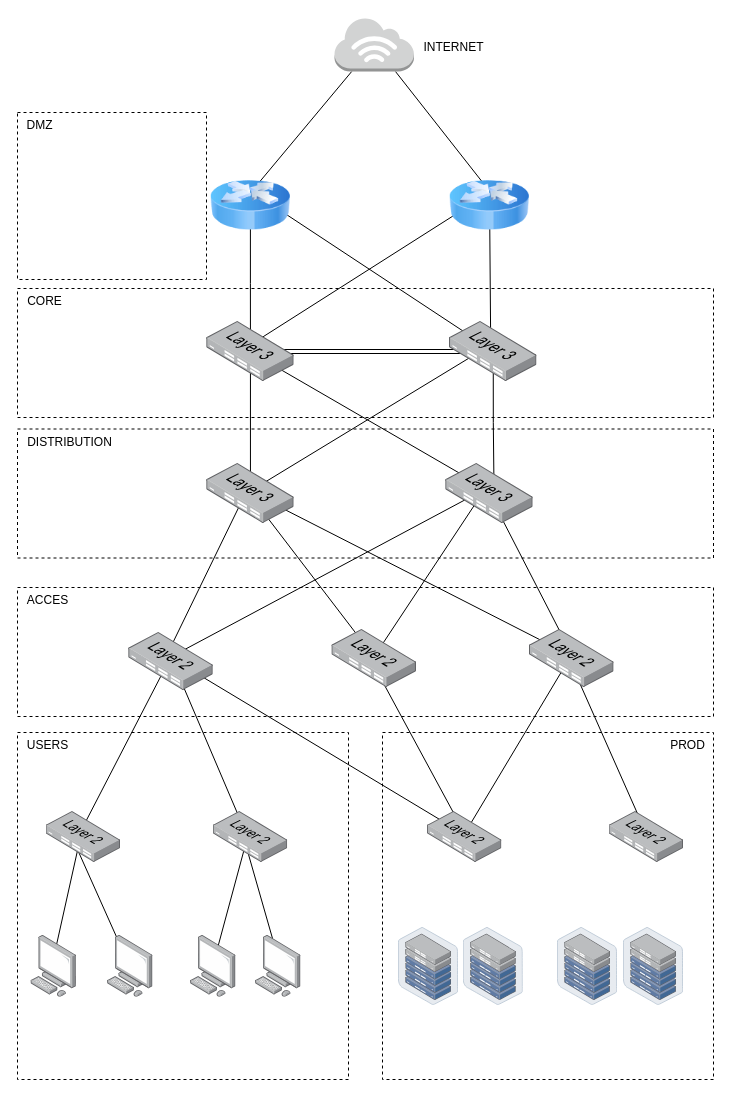
Before: Diagramme sans nom.drawio in a0six/projetb3, a draw.io diagram. Source tidied: cells renumbered, new cells numbered last; positions are measured from the earlier drawing's top-left corner, leaving out a move shared by most shapes. Both pictures are drawn from the tidied source at 100%, with x=0, y=0 at pixel (17, 17).
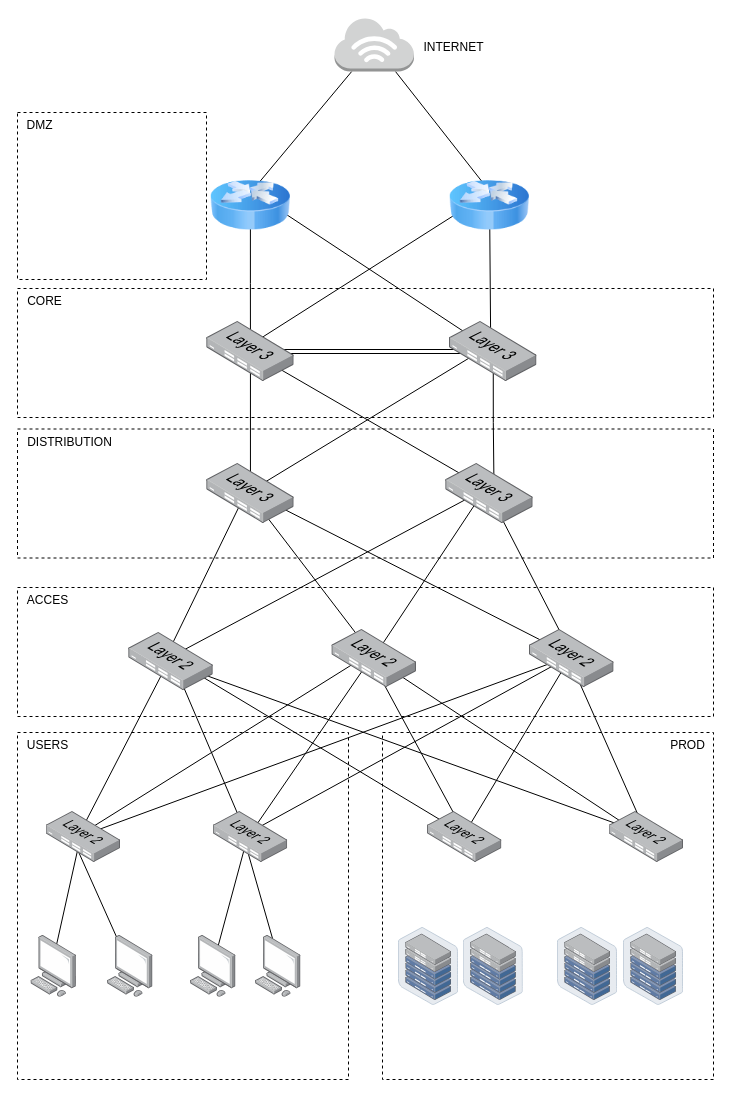
Above is the later version.

Unchanged cells that the change refers to:
```xml
<mxCell id="35" style="image;points=[];html=1;align=center;shadow=0;dashed=0;image=img/lib/allied_telesis/switch/Switch_24_port_L2.svg;" parent="1" vertex="1">
  <mxGeometry x="111.2" y="615" width="84.6" height="58" as="geometry" />
</mxCell>
<mxCell id="36" style="image;points=[];html=1;align=center;shadow=0;dashed=0;image=img/lib/allied_telesis/switch/Switch_24_port_L2.svg;" parent="1" vertex="1">
  <mxGeometry x="512" y="612" width="84.6" height="58" as="geometry" />
</mxCell>
<mxCell id="37" style="image;points=[];html=1;align=center;shadow=0;dashed=0;image=img/lib/allied_telesis/switch/Switch_24_port_L2.svg;" parent="1" vertex="1">
  <mxGeometry x="314.4" y="612" width="84.6" height="58" as="geometry" />
</mxCell>
<mxCell id="50" style="image;points=[];html=1;align=center;shadow=0;dashed=0;image=img/lib/allied_telesis/switch/Switch_24_port_L2.svg;" parent="1" vertex="1">
  <mxGeometry x="28.6" y="794" width="74.4" height="51" as="geometry" />
</mxCell>
<mxCell id="53" style="image;points=[];html=1;align=center;shadow=0;dashed=0;image=img/lib/allied_telesis/switch/Switch_24_port_L2.svg;" parent="1" vertex="1">
  <mxGeometry x="195.8" y="794" width="74.4" height="51" as="geometry" />
</mxCell>
<mxCell id="55" style="image;points=[];html=1;align=center;shadow=0;dashed=0;image=img/lib/allied_telesis/switch/Switch_24_port_L2.svg;" parent="1" vertex="1">
  <mxGeometry x="591.6" y="794" width="74.4" height="51" as="geometry" />
</mxCell>
```

Change to the diagram source:
```diff
@@
+    <mxCell id="64" style="rounded=0;jettySize=auto;html=1;endArrow=none;endFill=0;exitX=0.462;exitY=0.451;exitDx=0;exitDy=0;exitPerimeter=0;entryX=0.467;entryY=0.397;entryDx=0;entryDy=0;entryPerimeter=0;" parent="1" edge="1" source="50" target="37">
+      <mxGeometry relative="1" as="geometry" />
+    </mxCell>
+    <mxCell id="65" style="rounded=0;jettySize=auto;html=1;endArrow=none;endFill=0;entryX=0.5;entryY=0.448;entryDx=0;entryDy=0;entryPerimeter=0;exitX=0.435;exitY=0.5;exitDx=0;exitDy=0;exitPerimeter=0;" parent="1" edge="1" source="50" target="36">
+      <mxGeometry relative="1" as="geometry" />
+    </mxCell>
+    <mxCell id="66" style="rounded=0;jettySize=auto;html=1;endArrow=none;endFill=0;exitX=0.5;exitY=0.431;exitDx=0;exitDy=0;exitPerimeter=0;entryX=0.5;entryY=0.414;entryDx=0;entryDy=0;entryPerimeter=0;" parent="1" edge="1" source="53" target="37">
+      <mxGeometry relative="1" as="geometry" />
+    </mxCell>
+    <mxCell id="67" style="rounded=0;jettySize=auto;html=1;endArrow=none;endFill=0;exitX=0.46;exitY=0.431;exitDx=0;exitDy=0;exitPerimeter=0;entryX=0.5;entryY=0.448;entryDx=0;entryDy=0;entryPerimeter=0;" parent="1" edge="1" source="53" target="36">
+      <mxGeometry relative="1" as="geometry" />
+    </mxCell>
+    <mxCell id="68" style="rounded=0;jettySize=auto;html=1;endArrow=none;endFill=0;entryX=0.459;entryY=0.5;entryDx=0;entryDy=0;entryPerimeter=0;exitX=0.5;exitY=0.451;exitDx=0;exitDy=0;exitPerimeter=0;" parent="1" edge="1" source="55" target="35">
+      <mxGeometry relative="1" as="geometry" />
+    </mxCell>
+    <mxCell id="69" style="rounded=0;jettySize=auto;html=1;endArrow=none;endFill=0;entryX=0.5;entryY=0.5;entryDx=0;entryDy=0;entryPerimeter=0;exitX=0.475;exitY=0.5;exitDx=0;exitDy=0;exitPerimeter=0;" parent="1" edge="1" source="55" target="37">
+      <mxGeometry relative="1" as="geometry" />
+    </mxCell>
```
